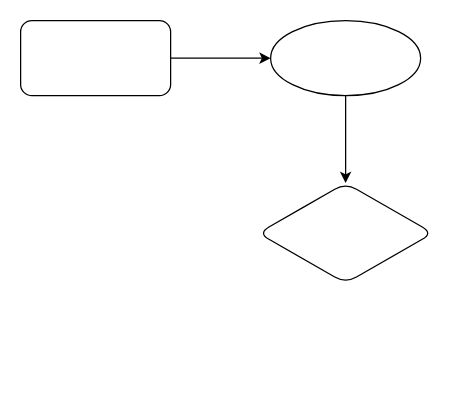
Before: Untitled Diagram.drawio in smartadpole/CycleGAN_Pytorch, a draw.io diagram. Source tidied: cells renumbered, new cells numbered last; positions are measured from the earlier drawing's top-left corner, leaving out a move shared by most shapes. Both pictures are drawn from the tidied source at 125%, with x=0, y=0 at pixel (20, 20).
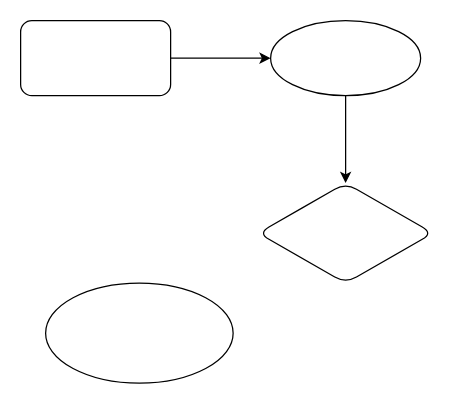
The same page after the edit.

Diff of the diagram source:
```diff
@@
 <mxGraphModel>
   <root>
     <mxCell id="0" />
     <mxCell id="1" parent="0" />
     <mxCell id="2" style="edgeStyle=orthogonalEdgeStyle;rounded=0;jettySize=auto;html=1;" parent="1" edge="1" source="3" target="5">
       <mxGeometry relative="1" as="geometry" />
     </mxCell>
     <mxCell id="3" style="rounded=1;whiteSpace=wrap;html=1;" parent="1" vertex="1">
       <mxGeometry width="120" height="60" as="geometry" />
     </mxCell>
     <mxCell id="4" style="edgeStyle=orthogonalEdgeStyle;rounded=0;jettySize=auto;html=1;" parent="1" edge="1" source="5" target="6">
       <mxGeometry relative="1" as="geometry" />
     </mxCell>
     <mxCell id="5" style="ellipse;whiteSpace=wrap;html=1;rounded=1;" parent="1" vertex="1">
       <mxGeometry x="200" width="120" height="60" as="geometry" />
     </mxCell>
     <mxCell id="6" style="rhombus;whiteSpace=wrap;html=1;rounded=1;" parent="1" vertex="1">
       <mxGeometry x="190" y="130" width="140" height="80" as="geometry" />
     </mxCell>
+    <mxCell id="7" style="ellipse;whiteSpace=wrap;html=1;" parent="1" vertex="1">
+      <mxGeometry x="20" y="210" width="150" height="80" as="geometry" />
+    </mxCell>
   </root>
 </mxGraphModel>
```
